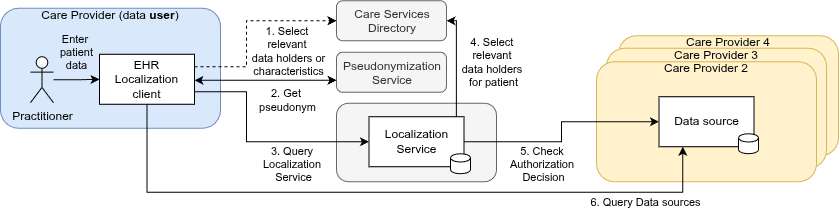
Earlier version of the draw.io export input/images/localization-overview-transactions-data-user.png (minvws/generiekefuncties-docs). Source tidied: cells renumbered, new cells last; positions are measured from the earlier drawing's top-left corner, leaving out a move shared by most shapes.
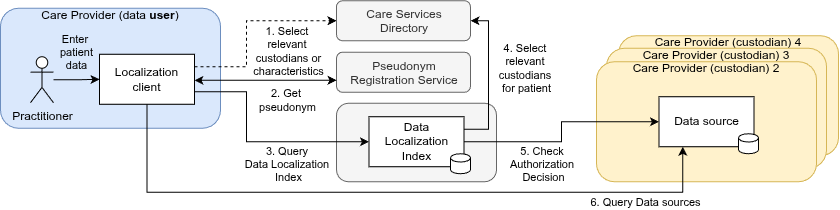
Above is the later version.

Change to the diagram source:
```diff
@@ -2,13 +2,13 @@
   <root>
     <mxCell id="0" />
     <mxCell id="1" parent="0" />
-    <mxCell id="2" value="Care Provider 4" style="rounded=1;whiteSpace=wrap;html=1;verticalAlign=top;align=center;fillColor=#fff2cc;strokeColor=#d6b656;spacing=-5;" parent="1" vertex="1">
+    <mxCell id="2" value="Care Provider (custodian) 4" style="rounded=1;whiteSpace=wrap;html=1;verticalAlign=top;align=center;fillColor=#fff2cc;strokeColor=#d6b656;spacing=-5;" parent="1" vertex="1">
       <mxGeometry x="618" y="35.2" width="220" height="120" as="geometry" />
     </mxCell>
-    <mxCell id="3" value="Care Provider 3" style="rounded=1;whiteSpace=wrap;html=1;verticalAlign=top;align=center;fillColor=#fff2cc;strokeColor=#d6b656;spacing=-5;" parent="1" vertex="1">
+    <mxCell id="3" value="Care Provider (custodian) 3" style="rounded=1;whiteSpace=wrap;html=1;verticalAlign=top;align=center;fillColor=#fff2cc;strokeColor=#d6b656;spacing=-5;" parent="1" vertex="1">
       <mxGeometry x="606" y="47.8" width="220" height="120" as="geometry" />
     </mxCell>
-    <mxCell id="4" value="Care Provider 2" style="rounded=1;whiteSpace=wrap;html=1;verticalAlign=top;align=center;fillColor=#fff2cc;strokeColor=#d6b656;spacing=-5;" parent="1" vertex="1">
+    <mxCell id="4" value="Care Provider (custodian) 2" style="rounded=1;whiteSpace=wrap;html=1;verticalAlign=top;align=center;fillColor=#fff2cc;strokeColor=#d6b656;spacing=-5;" parent="1" vertex="1">
       <mxGeometry x="596" y="61.2" width="220" height="120" as="geometry" />
     </mxCell>
     <mxCell id="5" value="Data source" style="rounded=0;whiteSpace=wrap;html=1;" parent="1" vertex="1">
@@ -39,7 +39,7 @@
         </Array>
       </mxGeometry>
     </mxCell>
-    <mxCell id="12" value="1. Select&amp;nbsp;&lt;div&gt;relevant&amp;nbsp;&lt;div&gt;data holders or&lt;/div&gt;&lt;/div&gt;&lt;div&gt;characteristics&lt;/div&gt;" style="edgeLabel;html=1;align=center;verticalAlign=middle;" parent="11" vertex="1">
+    <mxCell id="12" value="1. Select&amp;nbsp;&lt;div&gt;relevant&amp;nbsp;&lt;div&gt;custodians or&lt;/div&gt;&lt;/div&gt;&lt;div&gt;characteristics&lt;/div&gt;" style="edgeLabel;html=1;align=center;verticalAlign=middle;" parent="11" vertex="1">
       <mxGeometry x="-0.1" y="-1" relative="1" as="geometry">
         <mxPoint x="40" y="17" as="offset" />
       </mxGeometry>
@@ -57,11 +57,11 @@
         <mxPoint x="42" y="12" as="offset" />
       </mxGeometry>
     </mxCell>
-    <mxCell id="15" value="EHR&lt;br&gt;Localization client" style="rounded=0;whiteSpace=wrap;html=1;" parent="1" vertex="1">
+    <mxCell id="15" value="Localization client" style="rounded=0;whiteSpace=wrap;html=1;" parent="1" vertex="1">
       <mxGeometry x="99" y="53.8" width="95" height="50" as="geometry" />
     </mxCell>
-    <mxCell id="16" value="Pseudonymization Service" style="rounded=1;whiteSpace=wrap;html=1;verticalAlign=top;align=center;fillColor=#f5f5f5;strokeColor=#666666;spacingLeft=9;horizontal=1;spacingRight=7;fontColor=#333333;" parent="1" vertex="1">
-      <mxGeometry x="336" y="51.8" width="110" height="40" as="geometry" />
+    <mxCell id="16" value="Pseudonym Registration Service" style="rounded=1;whiteSpace=wrap;html=1;verticalAlign=top;align=center;fillColor=#f5f5f5;strokeColor=#666666;spacingLeft=9;horizontal=1;spacingRight=7;fontColor=#333333;" parent="1" vertex="1">
+      <mxGeometry x="336" y="51.8" width="134" height="40" as="geometry" />
     </mxCell>
     <mxCell id="17" style="edgeStyle=orthogonalEdgeStyle;rounded=0;orthogonalLoop=1;jettySize=auto;html=1;exitX=1;exitY=0.25;exitDx=0;exitDy=0;entryX=0;entryY=0.5;entryDx=0;entryDy=0;startArrow=classic;startFill=1;" parent="1" edge="1">
       <mxGeometry relative="1" as="geometry">
@@ -80,14 +80,15 @@
     <mxCell id="19" style="rounded=1;whiteSpace=wrap;html=1;verticalAlign=top;align=center;fillColor=#f5f5f5;strokeColor=#666666;spacingLeft=9;horizontal=1;spacingRight=7;fontColor=#333333;" parent="1" vertex="1">
       <mxGeometry x="336" y="102.8" width="160" height="78.5" as="geometry" />
     </mxCell>
-    <mxCell id="20" style="edgeStyle=orthogonalEdgeStyle;rounded=0;jettySize=auto;html=1;entryX=1;entryY=0.5;entryDx=0;entryDy=0;exitX=0.92;exitY=0.002;exitDx=0;exitDy=0;exitPerimeter=0;" parent="1" edge="1" source="24" target="28">
+    <mxCell id="20" style="edgeStyle=orthogonalEdgeStyle;rounded=0;jettySize=auto;html=1;entryX=1;entryY=0.5;entryDx=0;entryDy=0;exitX=1;exitY=0.25;exitDx=0;exitDy=0;" parent="1" edge="1" source="24" target="28">
       <mxGeometry relative="1" as="geometry">
         <Array as="points">
-          <mxPoint x="455.9" y="20.3" />
+          <mxPoint x="488" y="128.7" />
+          <mxPoint x="488" y="20.3" />
         </Array>
       </mxGeometry>
     </mxCell>
-    <mxCell id="21" value="4. Select&amp;nbsp;&lt;div&gt;relevant&amp;nbsp;&lt;div&gt;data holders&amp;nbsp;&lt;/div&gt;&lt;div&gt;for patient&lt;/div&gt;&lt;/div&gt;" style="edgeLabel;html=1;align=center;verticalAlign=middle;" parent="20" vertex="1">
+    <mxCell id="21" value="4. Select&amp;nbsp;&lt;div&gt;relevant&amp;nbsp;&lt;div&gt;custodians&amp;nbsp;&lt;/div&gt;&lt;div&gt;for patient&lt;/div&gt;&lt;/div&gt;" style="edgeLabel;html=1;align=center;verticalAlign=middle;" parent="20" vertex="1">
       <mxGeometry x="0.41" y="-1" relative="1" as="geometry">
         <mxPoint x="36" y="20" as="offset" />
       </mxGeometry>
@@ -100,7 +101,7 @@
         <mxPoint y="21" as="offset" />
       </mxGeometry>
     </mxCell>
-    <mxCell id="24" value="Localization&lt;div&gt;Service&lt;/div&gt;" style="rounded=0;whiteSpace=wrap;html=1;" parent="1" vertex="1">
+    <mxCell id="24" value="&lt;div&gt;Data&lt;/div&gt;Localization&lt;div&gt;Index&lt;/div&gt;" style="rounded=0;whiteSpace=wrap;html=1;" parent="1" vertex="1">
       <mxGeometry x="368.5" y="116.2" width="95" height="50" as="geometry" />
     </mxCell>
     <mxCell id="25" style="shape=cylinder3;whiteSpace=wrap;html=1;boundedLbl=1;backgroundOutline=1;size=4.14285714285711;" parent="1" vertex="1">
@@ -114,11 +115,11 @@
         </Array>
       </mxGeometry>
     </mxCell>
-    <mxCell id="27" value="3. Query&amp;nbsp;&lt;div&gt;Localization&amp;nbsp;&lt;/div&gt;&lt;div&gt;Service&lt;/div&gt;" style="edgeLabel;html=1;align=center;verticalAlign=middle;" parent="1" vertex="1">
-      <mxGeometry x="292" y="163.2" as="geometry" />
+    <mxCell id="27" value="3. Query&amp;nbsp;&lt;div&gt;Data Localization&amp;nbsp;&lt;/div&gt;&lt;div&gt;Index&lt;/div&gt;" style="edgeLabel;html=1;align=center;verticalAlign=middle;" parent="1" vertex="1">
+      <mxGeometry x="287" y="163.2" as="geometry" />
     </mxCell>
     <mxCell id="28" value="Care Services Directory" style="rounded=1;whiteSpace=wrap;html=1;verticalAlign=top;align=center;fillColor=#f5f5f5;strokeColor=#666666;spacingLeft=9;horizontal=1;spacingRight=7;fontColor=#333333;" parent="1" vertex="1">
-      <mxGeometry x="336" y="0.2" width="110" height="40" as="geometry" />
+      <mxGeometry x="336" y="0.2" width="134" height="40" as="geometry" />
     </mxCell>
   </root>
 </mxGraphModel>
```
